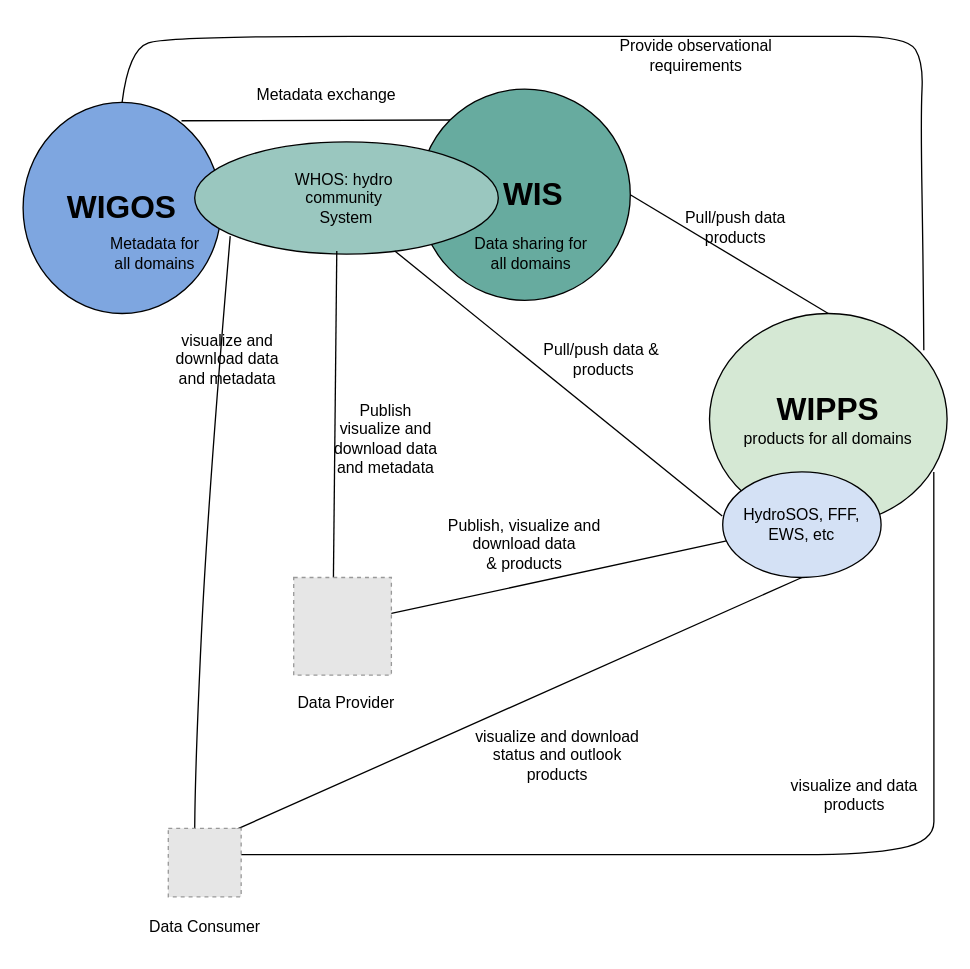
Before: page "WHOS as full part of WMO System_Yirgalem" (1 of 13) of whos-architecture/WHOS New.drawio in wmo-im/tt-w4h, a draw.io diagram. Source tidied: cells renumbered, new cells numbered last; positions are measured from the earlier drawing's top-left corner, leaving out a move shared by most shapes. Both pictures are drawn from the tidied source at 132%, with x=0, y=0 at pixel (22, 22). Pictures stored in the file or linked from it are replaced by grey dashed boxes.
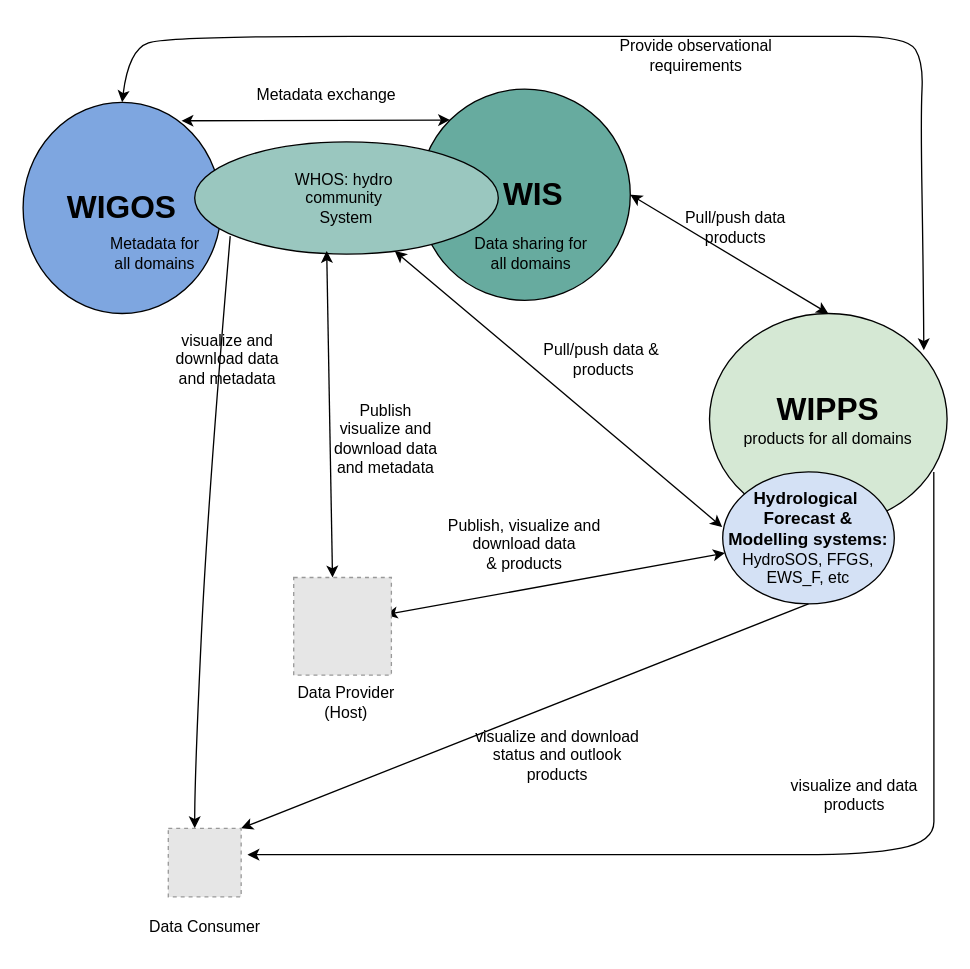
After the change.

Unchanged cells that the change refers to:
```xml
<mxCell id="2" value="&lt;font style=&quot;font-size: 24px;&quot;&gt;&lt;b&gt;WIGOS&lt;/b&gt;&lt;/font&gt;" style="ellipse;whiteSpace=wrap;html=1;fillColor=#7EA6E0;" parent="1" vertex="1">
  <mxGeometry y="60" width="150" height="160" as="geometry" />
</mxCell>
<mxCell id="3" value="&lt;font style=&quot;font-size: 24px;&quot;&gt;&lt;b style=&quot;&quot;&gt;&amp;nbsp; WIS&lt;/b&gt;&lt;/font&gt;&lt;div&gt;&lt;font style=&quot;font-size: 24px;&quot;&gt;&lt;b style=&quot;&quot;&gt;&lt;/b&gt;&lt;/font&gt;&lt;/div&gt;" style="ellipse;whiteSpace=wrap;html=1;fillColor=#67AB9F;" parent="1" vertex="1">
  <mxGeometry x="300" y="50" width="160" height="160" as="geometry" />
</mxCell>
<mxCell id="4" value="&lt;font style=&quot;font-size: 24px;&quot;&gt;&lt;b&gt;WIPPS&lt;/b&gt;&lt;/font&gt;&lt;div&gt;&lt;font style=&quot;font-size: 12px;&quot;&gt;products for all domains&lt;/font&gt;&lt;/div&gt;" style="ellipse;whiteSpace=wrap;html=1;fillColor=#D5E8D4;" parent="1" vertex="1">
  <mxGeometry x="520" y="220" width="180" height="160" as="geometry" />
</mxCell>
<mxCell id="7" value="WHOS: hydro&amp;nbsp;&lt;div&gt;community&amp;nbsp;&lt;div&gt;System&lt;/div&gt;&lt;/div&gt;" style="ellipse;whiteSpace=wrap;html=1;fillColor=#9AC7BF;" parent="1" vertex="1">
  <mxGeometry x="130" y="90" width="230" height="85" as="geometry" />
</mxCell>
<mxCell id="27" style="fillColor=#E6E6E6;strokeColor=#999999;dashed=1;verticalLabelPosition=bottom;labelBackgroundColor=default;verticalAlign=top;" parent="1" vertex="1">
  <mxGeometry x="205" y="420" width="74" height="74" as="geometry" />
</mxCell>
<mxCell id="29" style="fillColor=#E6E6E6;strokeColor=#999999;dashed=1;verticalLabelPosition=bottom;labelBackgroundColor=default;verticalAlign=top;" parent="1" vertex="1">
  <mxGeometry x="110" y="610" width="55.2" height="52" as="geometry" />
</mxCell>
```

Change to the diagram source:
```diff
@@
-    <mxCell id="5" value="HydroSOS, FFF, EWS, etc" style="ellipse;whiteSpace=wrap;html=1;fillColor=#D4E1F5;" parent="1" vertex="1">
-      <mxGeometry x="530" y="340" width="120" height="80" as="geometry" />
+    <mxCell id="5" value="&lt;span class=&quot;cf0&quot;&gt;&lt;font style=&quot;font-size: 13px;&quot;&gt;&lt;b style=&quot;&quot;&gt;Hydrological&amp;nbsp;&lt;/b&gt;&lt;/font&gt;&lt;/span&gt;&lt;div&gt;&lt;span class=&quot;cf0&quot;&gt;&lt;font style=&quot;font-size: 13px;&quot;&gt;&lt;b style=&quot;&quot;&gt;Forecast &amp;amp; Modelling systems:&lt;/b&gt;&lt;/font&gt;&lt;/span&gt;&lt;div&gt;HydroSOS, FFGS, EWS_F, etc&lt;/div&gt;&lt;/div&gt;" style="ellipse;whiteSpace=wrap;html=1;fillColor=#D4E1F5;" parent="1" vertex="1">
+      <mxGeometry x="530" y="340" width="130" height="100" as="geometry" />
     </mxCell>
-    <mxCell id="6" style="endArrow=none;html=1;rounded=0;endFill=0;exitX=0.941;exitY=0.381;exitDx=0;exitDy=0;exitPerimeter=0;" parent="1" edge="1" source="27" target="5">
+    <mxCell id="6" style="endArrow=classic;html=1;rounded=0;endFill=1;exitX=0.941;exitY=0.381;exitDx=0;exitDy=0;exitPerimeter=0;startArrow=classic;startFill=1;" parent="1" edge="1" source="27" target="5">
       <mxGeometry relative="1" as="geometry" />
     </mxCell>
@@
-    <mxCell id="10" style="endArrow=none;startArrow=none;html=1;rounded=0;entryX=0;entryY=0;entryDx=0;entryDy=0;endFill=0;startFill=0;" parent="1" edge="1" target="3">
+    <mxCell id="10" style="endArrow=classic;startArrow=classic;html=1;rounded=0;entryX=0;entryY=0;entryDx=0;entryDy=0;endFill=1;startFill=1;" parent="1" edge="1" target="3">
       <mxGeometry relative="1" as="geometry">
         <mxPoint x="120" y="74" as="sourcePoint" />
       </mxGeometry>
     </mxCell>
-    <mxCell id="11" style="endArrow=none;startArrow=none;html=1;rounded=0;entryX=0.468;entryY=0.972;entryDx=0;entryDy=0;entryPerimeter=0;endFill=0;startFill=0;exitX=0.5;exitY=0;exitDx=0;exitDy=0;exitPerimeter=0;" parent="1" edge="1" target="7">
+    <mxCell id="11" style="endArrow=classic;startArrow=classic;html=1;rounded=0;entryX=0.468;entryY=0.972;entryDx=0;entryDy=0;entryPerimeter=0;endFill=1;startFill=1;exitX=0.5;exitY=0;exitDx=0;exitDy=0;" parent="1" edge="1">
       <mxGeometry relative="1" as="geometry">
-        <mxPoint x="235" y="430" as="sourcePoint" />
+        <mxPoint x="234.4" y="420" as="sourcePoint" />
+        <mxPoint x="230" y="172.6" as="targetPoint" />
       </mxGeometry>
     </mxCell>
-    <mxCell id="12" style="endArrow=none;html=1;rounded=0;exitX=0.5;exitY=1;exitDx=0;exitDy=0;entryX=0.75;entryY=0.1;entryDx=0;entryDy=0;entryPerimeter=0;endFill=0;" parent="1" edge="1" source="5">
-      <mxGeometry relative="1" as="geometry">
-        <mxPoint x="150" y="616" as="targetPoint" />
-      </mxGeometry>
+    <mxCell id="12" style="endArrow=classic;html=1;rounded=0;exitX=0.5;exitY=1;exitDx=0;exitDy=0;entryX=1;entryY=0;entryDx=0;entryDy=0;endFill=1;" parent="1" edge="1" source="5" target="29">
+      <mxGeometry relative="1" as="geometry" />
     </mxCell>
-    <mxCell id="13" style="endArrow=none;startArrow=none;html=1;rounded=0;exitX=0.659;exitY=0.972;exitDx=0;exitDy=0;exitPerimeter=0;entryX=-0.003;entryY=0.418;entryDx=0;entryDy=0;entryPerimeter=0;startFill=0;endFill=0;" parent="1" edge="1" source="7" target="5">
+    <mxCell id="13" style="endArrow=classic;startArrow=classic;html=1;rounded=0;exitX=0.659;exitY=0.972;exitDx=0;exitDy=0;exitPerimeter=0;entryX=-0.003;entryY=0.418;entryDx=0;entryDy=0;entryPerimeter=0;startFill=1;endFill=1;" parent="1" edge="1" source="7" target="5">
       <mxGeometry relative="1" as="geometry" />
     </mxCell>
@@
-    <mxCell id="19" style="curved=1;endArrow=none;html=1;rounded=0;entryX=0.5;entryY=0;entryDx=0;entryDy=0;endFill=0;exitX=0.902;exitY=0.174;exitDx=0;exitDy=0;exitPerimeter=0;" parent="1" edge="1" source="4" target="2">
+    <mxCell id="19" style="curved=1;endArrow=classic;html=1;rounded=0;entryX=0.5;entryY=0;entryDx=0;entryDy=0;endFill=1;exitX=0.902;exitY=0.174;exitDx=0;exitDy=0;exitPerimeter=0;startArrow=classic;startFill=1;" parent="1" edge="1" source="4" target="2">
       <mxGeometry relative="1" as="geometry">
         <Array as="points">
           <mxPoint x="682" y="190" />
           <mxPoint x="680" y="70" />
           <mxPoint x="682" y="30" />
           <mxPoint x="670" y="10" />
           <mxPoint x="590" y="10" />
           <mxPoint x="390" y="10" />
           <mxPoint x="110" y="10" />
           <mxPoint x="80" y="20" />
         </Array>
       </mxGeometry>
     </mxCell>
-    <mxCell id="20" style="curved=1;endArrow=none;html=1;rounded=0;entryX=1;entryY=0.3333333333333333;entryDx=0;entryDy=0;entryPerimeter=0;endFill=0;exitX=0.944;exitY=0.75;exitDx=0;exitDy=0;exitPerimeter=0;" parent="1" edge="1" source="4">
+    <mxCell id="20" style="curved=1;endArrow=classic;html=1;rounded=0;endFill=1;exitX=0.944;exitY=0.75;exitDx=0;exitDy=0;exitPerimeter=0;" parent="1" edge="1" source="4">
       <mxGeometry relative="1" as="geometry">
-        <mxPoint x="160" y="630" as="targetPoint" />
+        <mxPoint x="170" y="630" as="targetPoint" />
         <Array as="points">
           <mxPoint x="690" y="450" />
           <mxPoint x="690" y="510" />
           <mxPoint x="690" y="550" />
           <mxPoint x="690" y="590" />
           <mxPoint x="690" y="620" />
           <mxPoint x="640" y="630" />
           <mxPoint x="540" y="630" />
           <mxPoint x="430" y="630" />
         </Array>
       </mxGeometry>
     </mxCell>
@@
-    <mxCell id="24" style="curved=1;endArrow=none;html=1;rounded=0;exitX=0.117;exitY=0.84;exitDx=0;exitDy=0;entryX=0.25;entryY=0.1;entryDx=0;entryDy=0;entryPerimeter=0;endFill=0;exitPerimeter=0;" parent="1" edge="1" source="7">
+    <mxCell id="24" style="curved=1;endArrow=classic;html=1;rounded=0;exitX=0.117;exitY=0.84;exitDx=0;exitDy=0;endFill=1;exitPerimeter=0;startArrow=none;startFill=0;" parent="1" edge="1" source="7">
       <mxGeometry relative="1" as="geometry">
-        <mxPoint x="130" y="616" as="targetPoint" />
+        <mxPoint x="130" y="610" as="targetPoint" />
         <Array as="points">
           <mxPoint x="140" y="360" />
           <mxPoint x="130" y="570" />
         </Array>
       </mxGeometry>
     </mxCell>
-    <mxCell id="25" style="endArrow=none;html=1;rounded=0;exitX=1;exitY=0.5;exitDx=0;exitDy=0;entryX=0.5;entryY=0;entryDx=0;entryDy=0;" parent="1" edge="1" source="3" target="4">
+    <mxCell id="25" style="endArrow=classic;html=1;rounded=0;exitX=1;exitY=0.5;exitDx=0;exitDy=0;entryX=0.5;entryY=0;entryDx=0;entryDy=0;startArrow=classic;startFill=1;endFill=1;" parent="1" edge="1" source="3" target="4">
       <mxGeometry relative="1" as="geometry" />
     </mxCell>
@@
-    <mxCell id="28" value="Data Provider" style="text;html=1;whiteSpace=wrap;strokeColor=none;fillColor=none;align=center;verticalAlign=middle;rounded=0;" parent="1" vertex="1">
+    <mxCell id="28" value="Data Provider (Host)" style="text;html=1;whiteSpace=wrap;strokeColor=none;fillColor=none;align=center;verticalAlign=middle;rounded=0;" parent="1" vertex="1">
       <mxGeometry x="195" y="500" width="100" height="30" as="geometry" />
     </mxCell>
```
